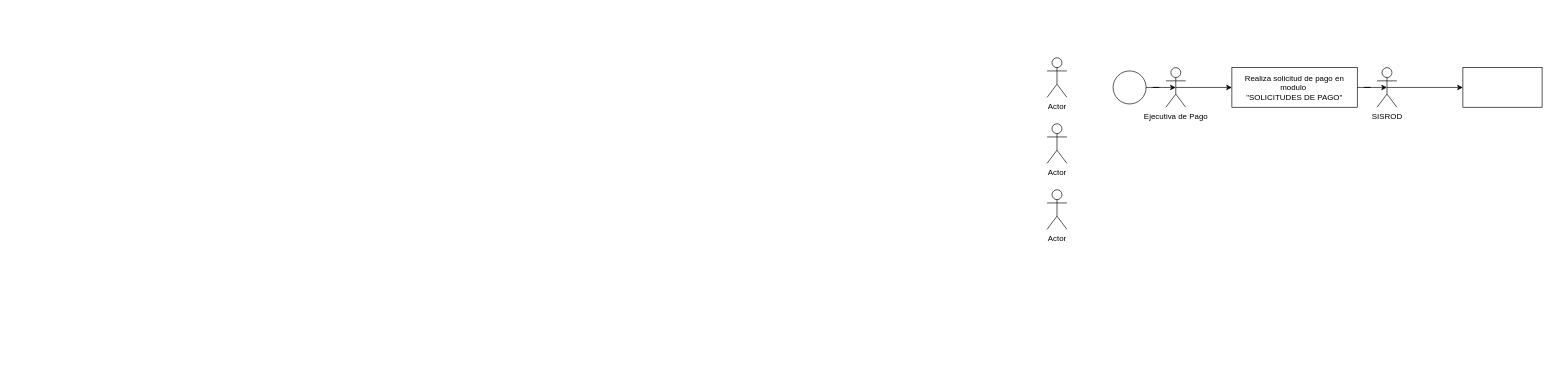
GeersonMena/DiagramasDraw keeps this draw.io diagram as Envio de Comprobante de Dolares en Solicitudes de Pago/Diagrama sin título.drawio. Above is the earlier version. Source tidied: cells renumbered, new cells numbered last; positions are measured from the earlier drawing's top-left corner, leaving out a move shared by most shapes. Both pictures are drawn from the tidied source at 66%, with x=0, y=0 at pixel (1047, 57).
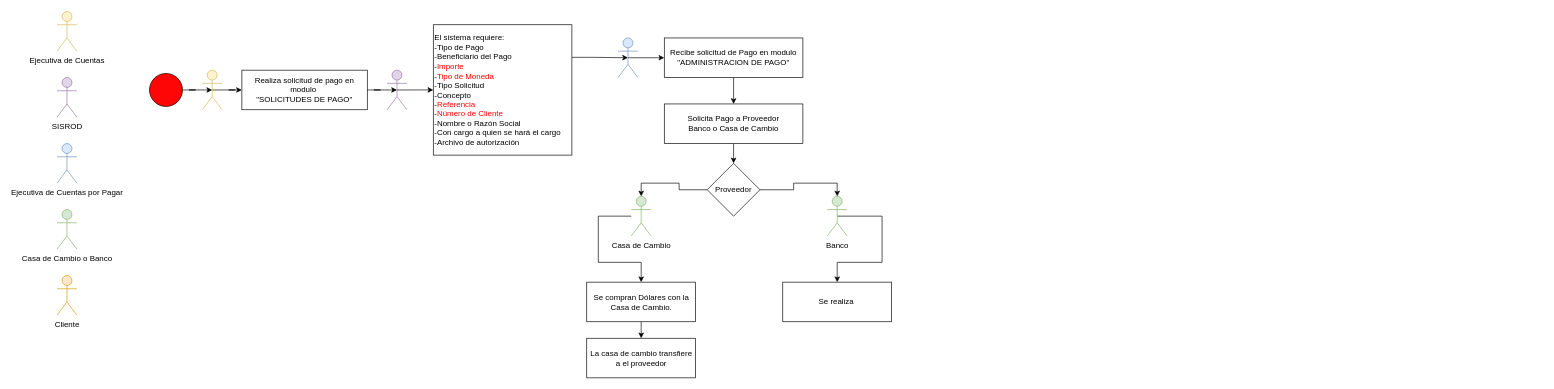
The same page after the edit.

The edit, as a diff of the source:
```diff
@@
-    <mxCell id="2" style="ellipse;whiteSpace=wrap;html=1;" parent="1" vertex="1">
-      <mxGeometry x="100" y="20" width="50" height="50" as="geometry" />
+    <mxCell id="2" style="ellipse;whiteSpace=wrap;html=1;fillColor=#FF0606;" parent="1" vertex="1">
+      <mxGeometry x="-1360" y="23.8" width="50" height="50" as="geometry" />
     </mxCell>
-    <mxCell id="3" value="Actor" style="shape=umlActor;verticalLabelPosition=bottom;verticalAlign=top;html=1;" parent="1" vertex="1">
-      <mxGeometry width="30" height="60" as="geometry" />
+    <mxCell id="3" value="Ejecutiva de Cuentas" style="shape=umlActor;verticalLabelPosition=bottom;verticalAlign=top;html=1;fillColor=#fff2cc;strokeColor=#d6b656;" parent="1" vertex="1">
+      <mxGeometry x="-1500" y="-70" width="30" height="60" as="geometry" />
     </mxCell>
@@
-    <mxCell id="5" value="Ejecutiva de Pago" style="shape=umlActor;verticalLabelPosition=bottom;verticalAlign=top;html=1;outlineConnect=0;" parent="1" vertex="1">
-      <mxGeometry x="180" y="15" width="30" height="60" as="geometry" />
+    <mxCell id="5" style="shape=umlActor;verticalLabelPosition=bottom;verticalAlign=top;html=1;outlineConnect=0;fillColor=#fff2cc;strokeColor=#d6b656;" parent="1" vertex="1">
+      <mxGeometry x="-1280" y="18.8" width="30" height="60" as="geometry" />
     </mxCell>
     <mxCell id="6" value="&lt;div style=&quot;&quot;&gt;Realiza solicitud de pago en modulo&amp;nbsp;&lt;/div&gt;&lt;div style=&quot;&quot;&gt;&quot;SOLICITUDES DE PAGO&quot;&lt;br&gt;&lt;/div&gt;" style="rounded=0;whiteSpace=wrap;html=1;" parent="1" vertex="1">
-      <mxGeometry x="280" y="15" width="190" height="60" as="geometry" />
+      <mxGeometry x="-1220" y="18.8" width="190" height="60" as="geometry" />
     </mxCell>
-    <mxCell id="7" value="Actor" style="shape=umlActor;verticalLabelPosition=bottom;verticalAlign=top;html=1;" parent="1" vertex="1">
-      <mxGeometry y="100" width="30" height="60" as="geometry" />
+    <mxCell id="7" value="SISROD" style="shape=umlActor;verticalLabelPosition=bottom;verticalAlign=top;html=1;fillColor=#e1d5e7;strokeColor=#9673a6;" parent="1" vertex="1">
+      <mxGeometry x="-1500" y="30" width="30" height="60" as="geometry" />
     </mxCell>
-    <mxCell id="8" value="Actor" style="shape=umlActor;verticalLabelPosition=bottom;verticalAlign=top;html=1;" parent="1" vertex="1">
-      <mxGeometry y="200" width="30" height="60" as="geometry" />
+    <mxCell id="8" value="Ejecutiva de Cuentas por Pagar" style="shape=umlActor;verticalLabelPosition=bottom;verticalAlign=top;html=1;fillColor=#dae8fc;strokeColor=#6c8ebf;" parent="1" vertex="1">
+      <mxGeometry x="-1500" y="130" width="30" height="60" as="geometry" />
     </mxCell>
@@
-    <mxCell id="10" value="SISROD" style="shape=umlActor;verticalLabelPosition=bottom;verticalAlign=top;html=1;outlineConnect=0;" parent="1" vertex="1">
-      <mxGeometry x="500" y="15" width="30" height="60" as="geometry" />
+    <mxCell id="10" style="shape=umlActor;verticalLabelPosition=bottom;verticalAlign=top;html=1;outlineConnect=0;fillColor=#e1d5e7;strokeColor=#9673a6;" parent="1" vertex="1">
+      <mxGeometry x="-1000" y="18.8" width="30" height="60" as="geometry" />
     </mxCell>
+    <mxCell id="14" style="edgeStyle=orthogonalEdgeStyle;rounded=0;jettySize=auto;html=1;exitX=1;exitY=0.25;exitDx=0;exitDy=0;entryX=0.5;entryY=0.5;entryDx=0;entryDy=0;entryPerimeter=0;" parent="1" edge="1" source="11" target="18">
+      <mxGeometry relative="1" as="geometry" />
+    </mxCell>
-    <mxCell id="11" style="rounded=0;whiteSpace=wrap;html=1;" parent="1" vertex="1">
-      <mxGeometry x="630" y="15" width="120" height="60" as="geometry" />
+    <mxCell id="11" value="&lt;div style=&quot;&quot;&gt;&lt;span style=&quot;background-color: transparent; color: light-dark(rgb(0, 0, 0), rgb(255, 255, 255));&quot;&gt;El sistema requiere:&lt;/span&gt;&lt;/div&gt;&lt;span style=&quot;background-color: transparent; color: light-dark(rgb(0, 0, 0), rgb(255, 255, 255));&quot;&gt;&lt;div style=&quot;&quot;&gt;&lt;span style=&quot;background-color: transparent; color: light-dark(rgb(0, 0, 0), rgb(255, 255, 255));&quot;&gt;-Tipo de Pago&lt;/span&gt;&lt;/div&gt;&lt;/span&gt;&lt;span style=&quot;background-color: transparent; color: light-dark(rgb(0, 0, 0), rgb(255, 255, 255));&quot;&gt;&lt;div style=&quot;&quot;&gt;&lt;span style=&quot;background-color: transparent; color: light-dark(rgb(0, 0, 0), rgb(255, 255, 255));&quot;&gt;-Beneficiario del Pago&lt;/span&gt;&lt;/div&gt;&lt;/span&gt;&lt;span style=&quot;background-color: transparent; color: light-dark(rgb(0, 0, 0), rgb(255, 255, 255));&quot;&gt;&lt;div style=&quot;&quot;&gt;&lt;span style=&quot;background-color: transparent; color: light-dark(rgb(0, 0, 0), rgb(255, 255, 255));&quot;&gt;-&lt;/span&gt;&lt;font style=&quot;background-color: transparent; color: rgb(255, 0, 0);&quot;&gt;Importe&lt;/font&gt;&lt;/div&gt;&lt;/span&gt;&lt;span style=&quot;background-color: transparent; color: light-dark(rgb(0, 0, 0), rgb(255, 255, 255));&quot;&gt;&lt;div style=&quot;&quot;&gt;&lt;span style=&quot;background-color: transparent; color: light-dark(rgb(0, 0, 0), rgb(255, 255, 255));&quot;&gt;-&lt;/span&gt;&lt;span style=&quot;background-color: transparent; color: light-dark(rgb(0, 0, 0), rgb(255, 255, 255));&quot;&gt;&lt;font style=&quot;color: light-dark(rgb(255, 0, 0), rgb(255, 255, 255));&quot;&gt;Tipo de Moneda&lt;/font&gt;&lt;/span&gt;&lt;/div&gt;&lt;/span&gt;&lt;span style=&quot;color: light-dark(rgb(0, 0, 0), rgb(237, 237, 237)); background-color: transparent;&quot;&gt;&lt;div style=&quot;&quot;&gt;&lt;span style=&quot;background-color: transparent; color: light-dark(rgb(0, 0, 0), rgb(237, 237, 237));&quot;&gt;-Tipo Solicitud&amp;nbsp;&lt;/span&gt;&lt;/div&gt;&lt;/span&gt;&lt;span style=&quot;background-color: transparent; color: light-dark(rgb(0, 0, 0), rgb(255, 255, 255));&quot;&gt;&lt;div style=&quot;&quot;&gt;&lt;span style=&quot;background-color: transparent; color: light-dark(rgb(0, 0, 0), rgb(255, 255, 255));&quot;&gt;-Concepto&lt;/span&gt;&lt;/div&gt;&lt;/span&gt;&lt;span style=&quot;background-color: transparent; color: light-dark(rgb(0, 0, 0), rgb(255, 255, 255));&quot;&gt;&lt;div style=&quot;&quot;&gt;&lt;span style=&quot;background-color: transparent; color: light-dark(rgb(0, 0, 0), rgb(255, 255, 255));&quot;&gt;-&lt;/span&gt;&lt;font style=&quot;background-color: transparent; color: rgb(255, 0, 0);&quot;&gt;Referencia&lt;/font&gt;&lt;/div&gt;&lt;/span&gt;&lt;span style=&quot;background-color: transparent; color: light-dark(rgb(0, 0, 0), rgb(255, 255, 255));&quot;&gt;&lt;div style=&quot;&quot;&gt;&lt;span style=&quot;background-color: transparent; color: light-dark(rgb(0, 0, 0), rgb(255, 255, 255));&quot;&gt;-&lt;/span&gt;&lt;font style=&quot;background-color: transparent; color: light-dark(rgb(255, 0, 0), rgb(237, 237, 237));&quot;&gt;Número de Cliente&lt;/font&gt;&lt;/div&gt;&lt;/span&gt;&lt;span style=&quot;background-color: transparent; color: light-dark(rgb(0, 0, 0), rgb(255, 255, 255));&quot;&gt;&lt;div style=&quot;&quot;&gt;&lt;span style=&quot;background-color: transparent; color: light-dark(rgb(0, 0, 0), rgb(255, 255, 255));&quot;&gt;-&lt;/span&gt;&lt;font style=&quot;background-color: transparent; color: light-dark(rgb(0, 0, 0), rgb(255, 255, 255));&quot;&gt;&lt;font style=&quot;color: light-dark(rgb(0, 0, 0), rgb(237, 237, 237));&quot;&gt;Nombre o Razón Social&lt;/font&gt;&lt;/font&gt;&lt;/div&gt;&lt;/span&gt;&lt;span style=&quot;color: light-dark(rgb(0, 0, 0), rgb(237, 237, 237)); background-color: transparent;&quot;&gt;&lt;div style=&quot;&quot;&gt;&lt;span style=&quot;background-color: transparent; color: light-dark(rgb(0, 0, 0), rgb(237, 237, 237));&quot;&gt;-Con cargo a quien se hará el cargo&lt;/span&gt;&lt;/div&gt;&lt;/span&gt;&lt;div style=&quot;&quot;&gt;-Archivo de autorización&lt;/div&gt;" style="rounded=0;whiteSpace=wrap;html=1;align=left;" parent="1" vertex="1">
+      <mxGeometry x="-930" y="-50" width="210" height="197.5" as="geometry" />
     </mxCell>
@@
+    <mxCell id="15" value="Casa de Cambio o Banco" style="shape=umlActor;verticalLabelPosition=bottom;verticalAlign=top;html=1;fillColor=#d5e8d4;strokeColor=#82b366;" parent="1" vertex="1">
+      <mxGeometry x="-1500" y="230" width="30" height="60" as="geometry" />
+    </mxCell>
+    <mxCell id="16" value="Cliente" style="shape=umlActor;verticalLabelPosition=bottom;verticalAlign=top;html=1;fillColor=#ffe6cc;strokeColor=#d79b00;" parent="1" vertex="1">
+      <mxGeometry x="-1500" y="330" width="30" height="60" as="geometry" />
+    </mxCell>
+    <mxCell id="17" style="edgeStyle=orthogonalEdgeStyle;rounded=0;jettySize=auto;html=1;exitX=0.5;exitY=0.5;exitDx=0;exitDy=0;exitPerimeter=0;" parent="1" edge="1" source="18" target="20">
+      <mxGeometry relative="1" as="geometry" />
+    </mxCell>
+    <mxCell id="18" style="shape=umlActor;verticalLabelPosition=bottom;verticalAlign=top;html=1;outlineConnect=0;fillColor=#dae8fc;strokeColor=#6c8ebf;" parent="1" vertex="1">
+      <mxGeometry x="-650" y="-30" width="30" height="60" as="geometry" />
+    </mxCell>
+    <mxCell id="19" style="edgeStyle=orthogonalEdgeStyle;rounded=0;jettySize=auto;html=1;exitX=0.5;exitY=1;exitDx=0;exitDy=0;entryX=0.5;entryY=0;entryDx=0;entryDy=0;" parent="1" edge="1" source="20" target="23">
+      <mxGeometry relative="1" as="geometry" />
+    </mxCell>
+    <mxCell id="20" value="&lt;div&gt;Recibe solicitud de Pago en modulo &quot;ADMINISTRACION DE PAGO&quot;&lt;/div&gt;" style="rounded=0;whiteSpace=wrap;html=1;" parent="1" vertex="1">
+      <mxGeometry x="-580" y="-30" width="210" height="60" as="geometry" />
+    </mxCell>
+    <mxCell id="21" value="Proveedor" style="rhombus;whiteSpace=wrap;html=1;" parent="1" vertex="1">
+      <mxGeometry x="-515" y="160" width="80" height="80" as="geometry" />
+    </mxCell>
+    <mxCell id="22" style="edgeStyle=orthogonalEdgeStyle;rounded=0;jettySize=auto;html=1;exitX=0.5;exitY=1;exitDx=0;exitDy=0;entryX=0.5;entryY=0;entryDx=0;entryDy=0;" parent="1" edge="1" source="23" target="21">
+      <mxGeometry relative="1" as="geometry" />
+    </mxCell>
+    <mxCell id="23" value="Solicita Pago a Proveedor&lt;br&gt;Banco o Casa de Cambio" style="rounded=0;whiteSpace=wrap;html=1;" parent="1" vertex="1">
+      <mxGeometry x="-580" y="70" width="210" height="60" as="geometry" />
+    </mxCell>
+    <mxCell id="24" style="edgeStyle=orthogonalEdgeStyle;rounded=0;jettySize=auto;html=1;entryX=0.5;entryY=0;entryDx=0;entryDy=0;" parent="1" edge="1" target="31">
+      <mxGeometry relative="1" as="geometry">
+        <mxPoint x="-630" y="240" as="sourcePoint" />
+        <Array as="points">
+          <mxPoint x="-680" y="240" />
+          <mxPoint x="-680" y="310" />
+          <mxPoint x="-615" y="310" />
+        </Array>
+      </mxGeometry>
+    </mxCell>
+    <mxCell id="25" value="Casa de Cambio" style="shape=umlActor;verticalLabelPosition=bottom;verticalAlign=top;html=1;outlineConnect=0;fillColor=#d5e8d4;strokeColor=#82b366;" parent="1" vertex="1">
+      <mxGeometry x="-630" y="210" width="30" height="60" as="geometry" />
+    </mxCell>
+    <mxCell id="26" style="edgeStyle=orthogonalEdgeStyle;rounded=0;jettySize=auto;html=1;exitX=0.5;exitY=0.5;exitDx=0;exitDy=0;exitPerimeter=0;entryX=0.5;entryY=0;entryDx=0;entryDy=0;" parent="1" edge="1" source="27" target="33">
+      <mxGeometry relative="1" as="geometry">
+        <Array as="points">
+          <mxPoint x="-250" y="240" />
+          <mxPoint x="-250" y="310" />
+          <mxPoint x="-318" y="310" />
+        </Array>
+      </mxGeometry>
+    </mxCell>
+    <mxCell id="27" value="Banco" style="shape=umlActor;verticalLabelPosition=bottom;verticalAlign=top;html=1;outlineConnect=0;fillColor=#d5e8d4;strokeColor=#82b366;" parent="1" vertex="1">
+      <mxGeometry x="-333" y="210" width="30" height="60" as="geometry" />
+    </mxCell>
+    <mxCell id="28" style="edgeStyle=orthogonalEdgeStyle;rounded=0;jettySize=auto;html=1;exitX=0;exitY=0.5;exitDx=0;exitDy=0;entryX=0.5;entryY=0;entryDx=0;entryDy=0;entryPerimeter=0;" parent="1" edge="1" source="21" target="25">
+      <mxGeometry relative="1" as="geometry" />
+    </mxCell>
+    <mxCell id="29" style="edgeStyle=orthogonalEdgeStyle;rounded=0;jettySize=auto;html=1;exitX=1;exitY=0.5;exitDx=0;exitDy=0;entryX=0.5;entryY=0;entryDx=0;entryDy=0;entryPerimeter=0;" parent="1" edge="1" source="21" target="27">
+      <mxGeometry relative="1" as="geometry" />
+    </mxCell>
+    <mxCell id="30" style="edgeStyle=orthogonalEdgeStyle;rounded=0;jettySize=auto;html=1;exitX=0.5;exitY=1;exitDx=0;exitDy=0;entryX=0.5;entryY=0;entryDx=0;entryDy=0;" parent="1" edge="1" source="31" target="32">
+      <mxGeometry relative="1" as="geometry" />
+    </mxCell>
+    <mxCell id="31" value="Se compran Dólares con la Casa de Cambio." style="rounded=0;whiteSpace=wrap;html=1;" parent="1" vertex="1">
+      <mxGeometry x="-697.5" y="340" width="165" height="60" as="geometry" />
+    </mxCell>
+    <mxCell id="32" value="La casa de cambio transfiere a el proveedor" style="rounded=0;whiteSpace=wrap;html=1;" parent="1" vertex="1">
+      <mxGeometry x="-697.5" y="425" width="165" height="60" as="geometry" />
+    </mxCell>
+    <mxCell id="33" value="Se realiza&amp;nbsp;" style="rounded=0;whiteSpace=wrap;html=1;" parent="1" vertex="1">
+      <mxGeometry x="-400.5" y="340" width="165" height="60" as="geometry" />
+    </mxCell>
```
